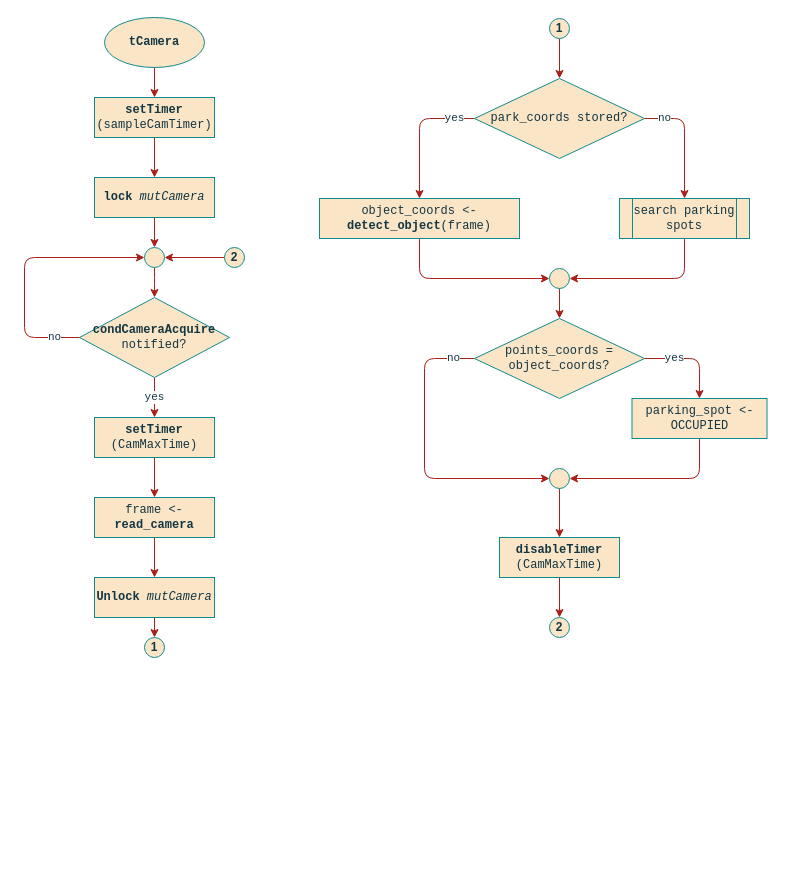
Earlier version of the draw.io diagram page "tCamera" (1 of 2) of project/report/flowcharts/Threads.drawio (ESRGgroup9/slipad). Source tidied: cells renumbered, new cells numbered last; positions are measured from the earlier drawing's top-left corner, leaving out a move shared by most shapes. Both pictures are drawn from the tidied source at 100%, with x=0, y=0 at pixel (24, 17).
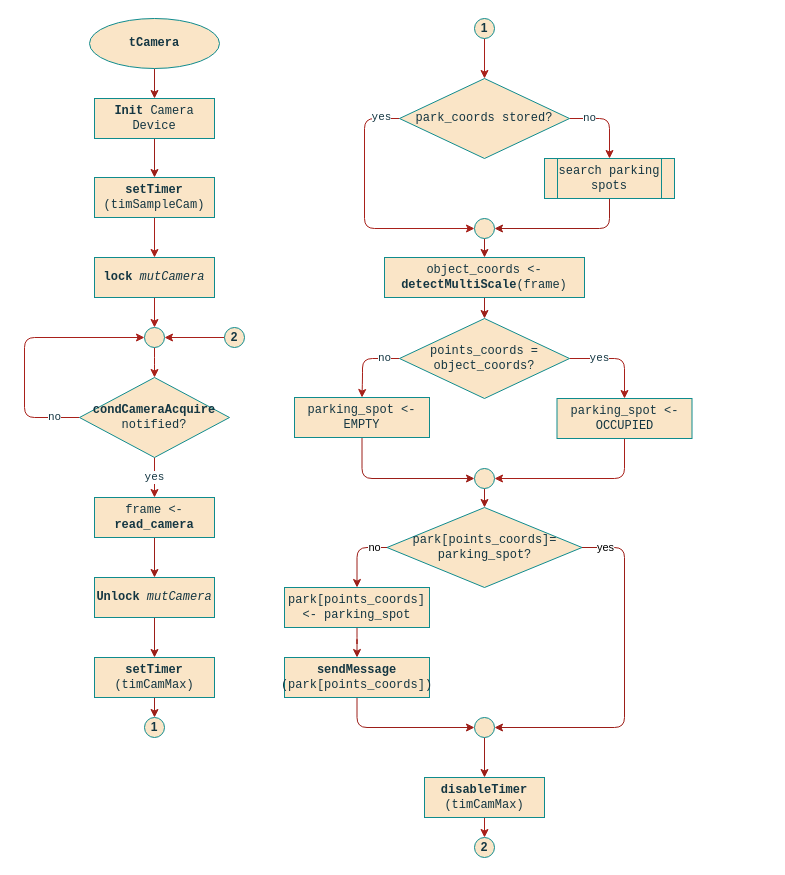
After the change.

The change refers to these unchanged cells:
```xml
<mxCell id="42" value="&lt;b&gt;Unlock&lt;/b&gt; &lt;i&gt;mutCamera&lt;/i&gt;" style="rounded=0;whiteSpace=wrap;html=1;sketch=0;fontColor=#143642;strokeColor=#0F8B8D;fillColor=#FAE5C7;fontFamily=Courier New;" parent="1" vertex="1">
  <mxGeometry x="70" y="560" width="120" height="40" as="geometry" />
</mxCell>
```

What changed in the source:
```diff
@@
-    <mxCell id="2" style="edgeStyle=orthogonalEdgeStyle;rounded=0;sketch=0;jettySize=auto;html=1;entryX=0.5;entryY=0;entryDx=0;entryDy=0;fontFamily=Courier New;fontColor=#143642;strokeColor=#A8201A;fillColor=#FAE5C7;" parent="1" edge="1" source="3" target="5">
-      <mxGeometry relative="1" as="geometry" />
-    </mxCell>
+    <mxCell id="43" style="edgeStyle=orthogonalEdgeStyle;rounded=0;jettySize=auto;html=1;strokeColor=#9C1E18;" parent="1" edge="1" source="3" target="48">
+      <mxGeometry relative="1" as="geometry" />
+    </mxCell>
     <mxCell id="3" value="&lt;b&gt;tCamera&lt;/b&gt;" style="ellipse;whiteSpace=wrap;html=1;fontFamily=Courier New;fillColor=#FAE5C7;strokeColor=#0F8B8D;fontColor=#143642;" parent="1" vertex="1">
-      <mxGeometry x="80" width="100" height="50" as="geometry" />
+      <mxGeometry x="65" y="1" width="130" height="50" as="geometry" />
     </mxCell>
@@
-    <mxCell id="5" value="&lt;div&gt;&lt;b&gt;setTimer&lt;/b&gt; (sampleCamTimer)&lt;br&gt;&lt;/div&gt;" style="rounded=0;whiteSpace=wrap;html=1;sketch=0;fontColor=#143642;strokeColor=#0F8B8D;fillColor=#FAE5C7;fontFamily=Courier New;" parent="1" vertex="1">
-      <mxGeometry x="70" y="80" width="120" height="40" as="geometry" />
+    <mxCell id="5" value="&lt;div&gt;&lt;b&gt;setTimer&lt;/b&gt; (timSampleCam)&lt;br&gt;&lt;/div&gt;" style="rounded=0;whiteSpace=wrap;html=1;sketch=0;fontColor=#143642;strokeColor=#0F8B8D;fillColor=#FAE5C7;fontFamily=Courier New;" parent="1" vertex="1">
+      <mxGeometry x="70" y="160" width="120" height="40" as="geometry" />
     </mxCell>
@@
     <mxCell id="7" value="&lt;div&gt;&lt;b&gt;lock&lt;/b&gt;&lt;i&gt; mutCamera&lt;/i&gt;&lt;br&gt;&lt;/div&gt;" style="rounded=0;whiteSpace=wrap;html=1;sketch=0;fontColor=#143642;strokeColor=#0F8B8D;fillColor=#FAE5C7;fontFamily=Courier New;" parent="1" vertex="1">
-      <mxGeometry x="70" y="160" width="120" height="40" as="geometry" />
+      <mxGeometry x="70" y="240" width="120" height="40" as="geometry" />
     </mxCell>
@@
     <mxCell id="9" style="ellipse;whiteSpace=wrap;html=1;rounded=0;sketch=0;fontColor=#143642;strokeColor=#0F8B8D;fillColor=#FAE5C7;" parent="1" vertex="1">
-      <mxGeometry x="120" y="230" width="20" height="20" as="geometry" />
+      <mxGeometry x="120" y="310" width="20" height="20" as="geometry" />
     </mxCell>
-    <mxCell id="10" value="yes" style="edgeStyle=orthogonalEdgeStyle;curved=0;rounded=1;sketch=0;jettySize=auto;html=1;fontFamily=Courier New;fontColor=#143642;strokeColor=#A8201A;fillColor=#FAE5C7;" parent="1" edge="1" source="12" target="14">
+    <mxCell id="10" value="yes" style="edgeStyle=orthogonalEdgeStyle;curved=0;rounded=1;sketch=0;jettySize=auto;html=1;fontFamily=Courier New;fontColor=#143642;strokeColor=#A8201A;fillColor=#FAE5C7;entryX=0.5;entryY=0;entryDx=0;entryDy=0;" parent="1" edge="1" source="12" target="16">
       <mxGeometry relative="1" as="geometry" />
     </mxCell>
     <mxCell id="11" value="no" style="edgeStyle=orthogonalEdgeStyle;rounded=1;sketch=0;jettySize=auto;html=1;entryX=0;entryY=0.5;entryDx=0;entryDy=0;fontFamily=Courier New;fontColor=#143642;strokeColor=#A8201A;fillColor=#FAE5C7;" parent="1" edge="1" source="12" target="9">
       <mxGeometry x="-0.8" relative="1" as="geometry">
         <Array as="points">
+          <mxPoint y="400" />
           <mxPoint y="320" />
-          <mxPoint y="240" />
         </Array>
       </mxGeometry>
     </mxCell>
     <mxCell id="12" value="&lt;div&gt;&lt;b&gt;condCameraAcquire&lt;/b&gt;&lt;/div&gt;&lt;div&gt;notified?&lt;br&gt;&lt;/div&gt;" style="rhombus;whiteSpace=wrap;html=1;rounded=0;sketch=0;fontColor=#143642;strokeColor=#0F8B8D;fillColor=#FAE5C7;fontFamily=Courier New;" parent="1" vertex="1">
-      <mxGeometry x="55" y="280" width="150" height="80" as="geometry" />
+      <mxGeometry x="55" y="360" width="150" height="80" as="geometry" />
     </mxCell>
-    <mxCell id="13" style="edgeStyle=orthogonalEdgeStyle;curved=0;rounded=1;sketch=0;jettySize=auto;html=1;fontFamily=Courier New;fontColor=#143642;strokeColor=#A8201A;fillColor=#FAE5C7;" parent="1" edge="1" source="14" target="16">
-      <mxGeometry relative="1" as="geometry" />
-    </mxCell>
-    <mxCell id="14" value="&lt;div&gt;&lt;b&gt;setTimer&lt;/b&gt;&lt;br&gt;&lt;/div&gt;&lt;div&gt;(CamMaxTime)&lt;/div&gt;" style="rounded=0;whiteSpace=wrap;html=1;sketch=0;fontColor=#143642;strokeColor=#0F8B8D;fillColor=#FAE5C7;fontFamily=Courier New;" parent="1" vertex="1">
-      <mxGeometry x="70" y="400" width="120" height="40" as="geometry" />
-    </mxCell>
-    <mxCell id="15" style="edgeStyle=orthogonalEdgeStyle;rounded=1;sketch=0;jettySize=auto;html=1;fontFamily=Courier New;fontColor=#143642;strokeColor=#A8201A;fillColor=#FAE5C7;" parent="1" edge="1" source="16" target="42">
-      <mxGeometry relative="1" as="geometry" />
-    </mxCell>
-    <mxCell id="16" value="frame &amp;lt;- &lt;b&gt;read_camera&lt;/b&gt;" style="rounded=0;whiteSpace=wrap;html=1;sketch=0;fontColor=#143642;strokeColor=#0F8B8D;fillColor=#FAE5C7;fontFamily=Courier New;" parent="1" vertex="1">
-      <mxGeometry x="70" y="480" width="120" height="40" as="geometry" />
-    </mxCell>
     <mxCell id="17" value="&lt;b&gt;1&lt;/b&gt;" style="ellipse;whiteSpace=wrap;html=1;rounded=0;sketch=0;fontColor=#143642;strokeColor=#0F8B8D;fillColor=#FAE5C7;" parent="1" vertex="1">
-      <mxGeometry x="120" y="620" width="20" height="20" as="geometry" />
+      <mxGeometry x="120" y="700" width="20" height="20" as="geometry" />
     </mxCell>
@@
     <mxCell id="19" value="&lt;b&gt;1&lt;/b&gt;" style="ellipse;whiteSpace=wrap;html=1;rounded=0;sketch=0;fontColor=#143642;strokeColor=#0F8B8D;fillColor=#FAE5C7;" parent="1" vertex="1">
-      <mxGeometry x="525" y="1" width="20" height="20" as="geometry" />
+      <mxGeometry x="450" y="1" width="20" height="20" as="geometry" />
     </mxCell>
-    <mxCell id="20" style="edgeStyle=orthogonalEdgeStyle;rounded=1;sketch=0;jettySize=auto;html=1;entryX=1;entryY=0.5;entryDx=0;entryDy=0;fontFamily=Courier New;fontColor=#143642;strokeColor=#A8201A;fillColor=#FAE5C7;" parent="1" edge="1" source="21" target="37">
+    <mxCell id="20" style="edgeStyle=orthogonalEdgeStyle;rounded=1;jettySize=auto;html=1;entryX=1;entryY=0.5;entryDx=0;entryDy=0;strokeColor=#9C1E18;" parent="1" edge="1" source="21" target="37">
       <mxGeometry relative="1" as="geometry">
         <Array as="points">
-          <mxPoint x="660" y="261" />
+          <mxPoint x="585" y="211" />
         </Array>
       </mxGeometry>
     </mxCell>
     <mxCell id="21" value="&lt;div&gt;search parking spots&lt;br&gt;&lt;/div&gt;" style="shape=process;whiteSpace=wrap;html=1;backgroundOutline=1;rounded=0;sketch=0;fontFamily=Courier New;fontColor=#143642;strokeColor=#0F8B8D;fillColor=#FAE5C7;" parent="1" vertex="1">
-      <mxGeometry x="595" y="181" width="130" height="40" as="geometry" />
+      <mxGeometry x="520" y="141" width="130" height="40" as="geometry" />
     </mxCell>
     <mxCell id="22" value="no" style="edgeStyle=orthogonalEdgeStyle;rounded=1;sketch=0;jettySize=auto;html=1;entryX=0.5;entryY=0;entryDx=0;entryDy=0;fontFamily=Courier New;fontColor=#143642;strokeColor=#A8201A;fillColor=#FAE5C7;" parent="1" edge="1" source="24" target="21">
-      <mxGeometry x="-0.67" relative="1" as="geometry">
+      <mxGeometry x="-0.5" relative="1" as="geometry">
         <Array as="points">
-          <mxPoint x="660" y="101" />
+          <mxPoint x="585" y="101" />
         </Array>
       </mxGeometry>
     </mxCell>
-    <mxCell id="23" value="yes" style="edgeStyle=orthogonalEdgeStyle;rounded=1;sketch=0;jettySize=auto;html=1;fontFamily=Courier New;fontColor=#143642;strokeColor=#A8201A;fillColor=#FAE5C7;" parent="1" edge="1" source="24" target="26">
-      <mxGeometry x="-0.7" relative="1" as="geometry">
+    <mxCell id="23" value="yes" style="edgeStyle=orthogonalEdgeStyle;rounded=1;sketch=0;jettySize=auto;html=1;fontFamily=Courier New;fontColor=#143642;strokeColor=#A8201A;fillColor=#FAE5C7;entryX=0;entryY=0.5;entryDx=0;entryDy=0;" parent="1" edge="1" source="24" target="37">
+      <mxGeometry x="-0.86" y="-1" relative="1" as="geometry">
         <Array as="points">
-          <mxPoint x="395" y="101" />
+          <mxPoint x="340" y="101" />
+          <mxPoint x="340" y="211" />
         </Array>
       </mxGeometry>
     </mxCell>
     <mxCell id="24" value="park_coords stored?" style="rhombus;whiteSpace=wrap;html=1;rounded=0;sketch=0;fontColor=#143642;strokeColor=#0F8B8D;fillColor=#FAE5C7;fontFamily=Courier New;verticalAlign=middle;labelPosition=center;verticalLabelPosition=middle;align=center;" parent="1" vertex="1">
-      <mxGeometry x="450" y="61" width="170" height="80" as="geometry" />
+      <mxGeometry x="375" y="61" width="170" height="80" as="geometry" />
     </mxCell>
-    <mxCell id="25" style="edgeStyle=orthogonalEdgeStyle;rounded=1;sketch=0;jettySize=auto;html=1;entryX=0;entryY=0.5;entryDx=0;entryDy=0;fontFamily=Courier New;fontColor=#143642;strokeColor=#A8201A;fillColor=#FAE5C7;" parent="1" edge="1" source="26" target="37">
-      <mxGeometry relative="1" as="geometry">
-        <Array as="points">
-          <mxPoint x="395" y="261" />
-        </Array>
-      </mxGeometry>
-    </mxCell>
-    <mxCell id="26" value="object_coords &amp;lt;- &lt;b&gt;detect_object&lt;/b&gt;(frame)" style="rounded=0;whiteSpace=wrap;html=1;sketch=0;fontColor=#143642;strokeColor=#0F8B8D;fillColor=#FAE5C7;fontFamily=Courier New;" parent="1" vertex="1">
-      <mxGeometry x="295" y="181" width="200" height="40" as="geometry" />
-    </mxCell>
     <mxCell id="27" value="yes" style="edgeStyle=orthogonalEdgeStyle;rounded=1;sketch=0;jettySize=auto;html=1;entryX=0.5;entryY=0;entryDx=0;entryDy=0;fontFamily=Courier New;fontColor=#143642;strokeColor=#A8201A;fillColor=#FAE5C7;" parent="1" edge="1" source="29" target="31">
       <mxGeometry x="-0.37" relative="1" as="geometry">
         <Array as="points">
-          <mxPoint x="675" y="341" />
+          <mxPoint x="600" y="341" />
         </Array>
       </mxGeometry>
     </mxCell>
-    <mxCell id="28" value="no" style="edgeStyle=orthogonalEdgeStyle;rounded=1;sketch=0;jettySize=auto;html=1;entryX=0;entryY=0.5;entryDx=0;entryDy=0;fontFamily=Courier New;fontColor=#143642;strokeColor=#A8201A;fillColor=#FAE5C7;" parent="1" edge="1" source="29" target="33">
-      <mxGeometry x="-0.86" relative="1" as="geometry">
+    <mxCell id="28" value="no" style="edgeStyle=orthogonalEdgeStyle;rounded=1;sketch=0;jettySize=auto;html=1;fontFamily=Courier New;fontColor=#143642;strokeColor=#A8201A;fillColor=#FAE5C7;entryX=0.5;entryY=0;entryDx=0;entryDy=0;" parent="1" edge="1" source="29" target="54">
+      <mxGeometry x="-0.61" relative="1" as="geometry">
         <Array as="points">
-          <mxPoint x="400" y="341" />
-          <mxPoint x="400" y="461" />
+          <mxPoint x="338" y="341" />
+          <mxPoint x="338" y="360" />
         </Array>
       </mxGeometry>
     </mxCell>
     <mxCell id="29" value="points_coords = object_coords?" style="rhombus;whiteSpace=wrap;html=1;rounded=0;sketch=0;fontColor=#143642;strokeColor=#0F8B8D;fillColor=#FAE5C7;fontFamily=Courier New;verticalAlign=middle;labelPosition=center;verticalLabelPosition=middle;align=center;" parent="1" vertex="1">
-      <mxGeometry x="450" y="301" width="170" height="80" as="geometry" />
+      <mxGeometry x="375" y="301" width="170" height="80" as="geometry" />
     </mxCell>
     <mxCell id="30" style="edgeStyle=orthogonalEdgeStyle;rounded=1;sketch=0;jettySize=auto;html=1;entryX=1;entryY=0.5;entryDx=0;entryDy=0;fontFamily=Courier New;fontColor=#143642;strokeColor=#A8201A;fillColor=#FAE5C7;" parent="1" edge="1" source="31" target="33">
       <mxGeometry relative="1" as="geometry">
         <Array as="points">
-          <mxPoint x="675" y="461" />
+          <mxPoint x="600" y="461" />
         </Array>
       </mxGeometry>
     </mxCell>
     <mxCell id="31" value="parking_spot &amp;lt;- OCCUPIED" style="rounded=0;whiteSpace=wrap;html=1;sketch=0;fontColor=#143642;strokeColor=#0F8B8D;fillColor=#FAE5C7;fontFamily=Courier New;" parent="1" vertex="1">
-      <mxGeometry x="607.5" y="381" width="135" height="40" as="geometry" />
+      <mxGeometry x="532.5" y="381" width="135" height="40" as="geometry" />
     </mxCell>
-    <mxCell id="32" style="edgeStyle=orthogonalEdgeStyle;rounded=1;sketch=0;jettySize=auto;html=1;entryX=0.5;entryY=0;entryDx=0;entryDy=0;fontFamily=Courier New;fontColor=#143642;strokeColor=#A8201A;fillColor=#FAE5C7;" parent="1" edge="1" source="33" target="39">
-      <mxGeometry relative="1" as="geometry" />
-    </mxCell>
+    <mxCell id="44" style="edgeStyle=orthogonalEdgeStyle;rounded=1;jettySize=auto;html=1;strokeColor=#9C1E18;" parent="1" edge="1" source="33" target="57">
+      <mxGeometry relative="1" as="geometry" />
+    </mxCell>
     <mxCell id="33" style="ellipse;whiteSpace=wrap;html=1;rounded=0;sketch=0;fontColor=#143642;strokeColor=#0F8B8D;fillColor=#FAE5C7;" parent="1" vertex="1">
-      <mxGeometry x="525" y="451" width="20" height="20" as="geometry" />
+      <mxGeometry x="450" y="451" width="20" height="20" as="geometry" />
     </mxCell>
@@
     <mxCell id="35" value="2" style="ellipse;whiteSpace=wrap;html=1;rounded=0;sketch=0;fontColor=#143642;strokeColor=#0F8B8D;fillColor=#FAE5C7;fontStyle=1;" parent="1" vertex="1">
-      <mxGeometry x="200" y="230" width="20" height="20" as="geometry" />
+      <mxGeometry x="200" y="310" width="20" height="20" as="geometry" />
     </mxCell>
-    <mxCell id="36" style="edgeStyle=orthogonalEdgeStyle;rounded=1;sketch=0;jettySize=auto;html=1;exitX=0.5;exitY=1;exitDx=0;exitDy=0;entryX=0.5;entryY=0;entryDx=0;entryDy=0;fontFamily=Courier New;fontColor=#143642;strokeColor=#A8201A;fillColor=#FAE5C7;" parent="1" edge="1" source="37" target="29">
-      <mxGeometry relative="1" as="geometry" />
-    </mxCell>
+    <mxCell id="45" style="edgeStyle=orthogonalEdgeStyle;rounded=0;jettySize=auto;html=1;exitX=0.5;exitY=1;exitDx=0;exitDy=0;entryX=0.5;entryY=0;entryDx=0;entryDy=0;strokeColor=#9C1E18;" parent="1" edge="1" source="37" target="52">
+      <mxGeometry relative="1" as="geometry" />
+    </mxCell>
     <mxCell id="37" style="ellipse;whiteSpace=wrap;html=1;rounded=0;sketch=0;fontColor=#143642;strokeColor=#0F8B8D;fillColor=#FAE5C7;" parent="1" vertex="1">
-      <mxGeometry x="525" y="251" width="20" height="20" as="geometry" />
+      <mxGeometry x="450" y="201" width="20" height="20" as="geometry" />
     </mxCell>
@@
-    <mxCell id="39" value="&lt;b&gt;disableTimer &lt;/b&gt;(CamMaxTime)&lt;b&gt; &lt;/b&gt;" style="rounded=0;whiteSpace=wrap;html=1;sketch=0;fontColor=#143642;strokeColor=#0F8B8D;fillColor=#FAE5C7;fontFamily=Courier New;" parent="1" vertex="1">
-      <mxGeometry x="475" y="520" width="120" height="40" as="geometry" />
+    <mxCell id="39" value="&lt;b&gt;disableTimer &lt;/b&gt;(timCamMax)&lt;b&gt; &lt;/b&gt;" style="rounded=0;whiteSpace=wrap;html=1;sketch=0;fontColor=#143642;strokeColor=#0F8B8D;fillColor=#FAE5C7;fontFamily=Courier New;" parent="1" vertex="1">
+      <mxGeometry x="400" y="760" width="120" height="40" as="geometry" />
     </mxCell>
     <mxCell id="40" value="2" style="ellipse;whiteSpace=wrap;html=1;rounded=0;sketch=0;fontColor=#143642;strokeColor=#0F8B8D;fillColor=#FAE5C7;fontStyle=1;" parent="1" vertex="1">
-      <mxGeometry x="525" y="600" width="20" height="20" as="geometry" />
+      <mxGeometry x="450" y="820" width="20" height="20" as="geometry" />
     </mxCell>
-    <mxCell id="41" style="edgeStyle=orthogonalEdgeStyle;rounded=1;sketch=0;jettySize=auto;html=1;entryX=0.5;entryY=0;entryDx=0;entryDy=0;fontFamily=Courier New;fontColor=#143642;strokeColor=#A8201A;fillColor=#FAE5C7;" parent="1" edge="1" source="42" target="17">
-      <mxGeometry relative="1" as="geometry" />
-    </mxCell>
+    <mxCell id="46" style="edgeStyle=orthogonalEdgeStyle;rounded=0;jettySize=auto;html=1;strokeColor=#9C1E18;" parent="1" edge="1" source="42" target="50">
+      <mxGeometry relative="1" as="geometry" />
+    </mxCell>
@@
+    <mxCell id="47" style="edgeStyle=orthogonalEdgeStyle;rounded=0;jettySize=auto;html=1;exitX=0.5;exitY=1;exitDx=0;exitDy=0;entryX=0.5;entryY=0;entryDx=0;entryDy=0;strokeColor=#9C1E18;" parent="1" edge="1" source="48" target="5">
+      <mxGeometry relative="1" as="geometry" />
+    </mxCell>
+    <mxCell id="48" value="&lt;b&gt;Init&lt;/b&gt; Camera Device" style="rounded=0;whiteSpace=wrap;html=1;sketch=0;fontColor=#143642;strokeColor=#0F8B8D;fillColor=#FAE5C7;fontFamily=Courier New;" parent="1" vertex="1">
+      <mxGeometry x="70" y="81" width="120" height="40" as="geometry" />
+    </mxCell>
+    <mxCell id="15" style="edgeStyle=orthogonalEdgeStyle;rounded=0;jettySize=auto;html=1;strokeColor=#9C1E18;" parent="1" edge="1" source="16" target="42">
+      <mxGeometry relative="1" as="geometry" />
+    </mxCell>
+    <mxCell id="16" value="frame &amp;lt;- &lt;b&gt;read_camera&lt;/b&gt;" style="rounded=0;whiteSpace=wrap;html=1;sketch=0;fontColor=#143642;strokeColor=#0F8B8D;fillColor=#FAE5C7;fontFamily=Courier New;" parent="1" vertex="1">
+      <mxGeometry x="70" y="480" width="120" height="40" as="geometry" />
+    </mxCell>
+    <mxCell id="49" style="edgeStyle=orthogonalEdgeStyle;rounded=0;jettySize=auto;html=1;exitX=0.5;exitY=1;exitDx=0;exitDy=0;entryX=0.5;entryY=0;entryDx=0;entryDy=0;strokeColor=#9C1E18;" parent="1" edge="1" source="50" target="17">
+      <mxGeometry relative="1" as="geometry" />
+    </mxCell>
+    <mxCell id="50" value="&lt;div&gt;&lt;b&gt;setTimer&lt;/b&gt;&lt;br&gt;&lt;/div&gt;&lt;div&gt;(timCamMax)&lt;/div&gt;" style="rounded=0;whiteSpace=wrap;html=1;sketch=0;fontColor=#143642;strokeColor=#0F8B8D;fillColor=#FAE5C7;fontFamily=Courier New;" parent="1" vertex="1">
+      <mxGeometry x="70" y="640" width="120" height="40" as="geometry" />
+    </mxCell>
+    <mxCell id="51" style="edgeStyle=orthogonalEdgeStyle;rounded=0;jettySize=auto;html=1;exitX=0.5;exitY=1;exitDx=0;exitDy=0;entryX=0.5;entryY=0;entryDx=0;entryDy=0;strokeColor=#9C1E18;" parent="1" edge="1" source="52" target="29">
+      <mxGeometry relative="1" as="geometry" />
+    </mxCell>
+    <mxCell id="52" value="object_coords &amp;lt;- &lt;b&gt;detectMultiScale&lt;/b&gt;(frame)" style="rounded=0;whiteSpace=wrap;html=1;sketch=0;fontColor=#143642;strokeColor=#0F8B8D;fillColor=#FAE5C7;fontFamily=Courier New;" parent="1" vertex="1">
+      <mxGeometry x="360" y="240" width="200" height="40" as="geometry" />
+    </mxCell>
+    <mxCell id="53" style="edgeStyle=orthogonalEdgeStyle;rounded=1;jettySize=auto;html=1;entryX=0;entryY=0.5;entryDx=0;entryDy=0;strokeColor=#9C1E18;" parent="1" edge="1" source="54" target="33">
+      <mxGeometry relative="1" as="geometry">
+        <Array as="points">
+          <mxPoint x="338" y="461" />
+        </Array>
+      </mxGeometry>
+    </mxCell>
+    <mxCell id="54" value="parking_spot &amp;lt;-EMPTY" style="rounded=0;whiteSpace=wrap;html=1;sketch=0;fontColor=#143642;strokeColor=#0F8B8D;fillColor=#FAE5C7;fontFamily=Courier New;" parent="1" vertex="1">
+      <mxGeometry x="270" y="380" width="135" height="40" as="geometry" />
+    </mxCell>
+    <mxCell id="55" value="no" style="edgeStyle=orthogonalEdgeStyle;rounded=1;jettySize=auto;html=1;exitX=0;exitY=0.5;exitDx=0;exitDy=0;entryX=0.5;entryY=0;entryDx=0;entryDy=0;strokeColor=#9C1E18;" parent="1" edge="1" source="57" target="59">
+      <mxGeometry x="-0.64" relative="1" as="geometry" />
+    </mxCell>
+    <mxCell id="56" value="yes" style="edgeStyle=orthogonalEdgeStyle;rounded=1;jettySize=auto;html=1;entryX=1;entryY=0.5;entryDx=0;entryDy=0;strokeColor=#9C1E18;" parent="1" edge="1" source="57" target="63">
+      <mxGeometry x="-0.87" relative="1" as="geometry">
+        <Array as="points">
+          <mxPoint x="600" y="530" />
+          <mxPoint x="600" y="710" />
+        </Array>
+      </mxGeometry>
+    </mxCell>
+    <mxCell id="57" value="&lt;div&gt;park[points_coords]=&lt;br&gt;&lt;/div&gt;&lt;div&gt;parking_spot?&lt;/div&gt;" style="rhombus;whiteSpace=wrap;html=1;rounded=0;sketch=0;fontColor=#143642;strokeColor=#0F8B8D;fillColor=#FAE5C7;fontFamily=Courier New;verticalAlign=middle;labelPosition=center;verticalLabelPosition=middle;align=center;" parent="1" vertex="1">
+      <mxGeometry x="362.5" y="490" width="195" height="80" as="geometry" />
+    </mxCell>
+    <mxCell id="58" style="edgeStyle=orthogonalEdgeStyle;rounded=1;jettySize=auto;html=1;strokeColor=#9C1E18;" parent="1" edge="1" source="59" target="61">
+      <mxGeometry relative="1" as="geometry" />
+    </mxCell>
+    <mxCell id="59" value="park[points_coords] &amp;lt;- parking_spot" style="rounded=0;whiteSpace=wrap;html=1;sketch=0;fontColor=#143642;strokeColor=#0F8B8D;fillColor=#FAE5C7;fontFamily=Courier New;" parent="1" vertex="1">
+      <mxGeometry x="260" y="570" width="145" height="40" as="geometry" />
+    </mxCell>
+    <mxCell id="60" style="edgeStyle=orthogonalEdgeStyle;rounded=1;jettySize=auto;html=1;entryX=0;entryY=0.5;entryDx=0;entryDy=0;strokeColor=#9C1E18;" parent="1" edge="1" source="61" target="63">
+      <mxGeometry relative="1" as="geometry">
+        <Array as="points">
+          <mxPoint x="333" y="710" />
+        </Array>
+      </mxGeometry>
+    </mxCell>
+    <mxCell id="61" value="&lt;b&gt;sendMessage&lt;/b&gt;&lt;br&gt;(park[points_coords])" style="rounded=0;whiteSpace=wrap;html=1;sketch=0;fontColor=#143642;strokeColor=#0F8B8D;fillColor=#FAE5C7;fontFamily=Courier New;" parent="1" vertex="1">
+      <mxGeometry x="260" y="640" width="145" height="40" as="geometry" />
+    </mxCell>
+    <mxCell id="62" style="edgeStyle=orthogonalEdgeStyle;rounded=1;jettySize=auto;html=1;strokeColor=#9C1E18;" parent="1" edge="1" source="63" target="39">
+      <mxGeometry relative="1" as="geometry" />
+    </mxCell>
+    <mxCell id="63" style="ellipse;whiteSpace=wrap;html=1;rounded=0;sketch=0;fontColor=#143642;strokeColor=#0F8B8D;fillColor=#FAE5C7;" parent="1" vertex="1">
+      <mxGeometry x="450" y="700" width="20" height="20" as="geometry" />
+    </mxCell>
```
